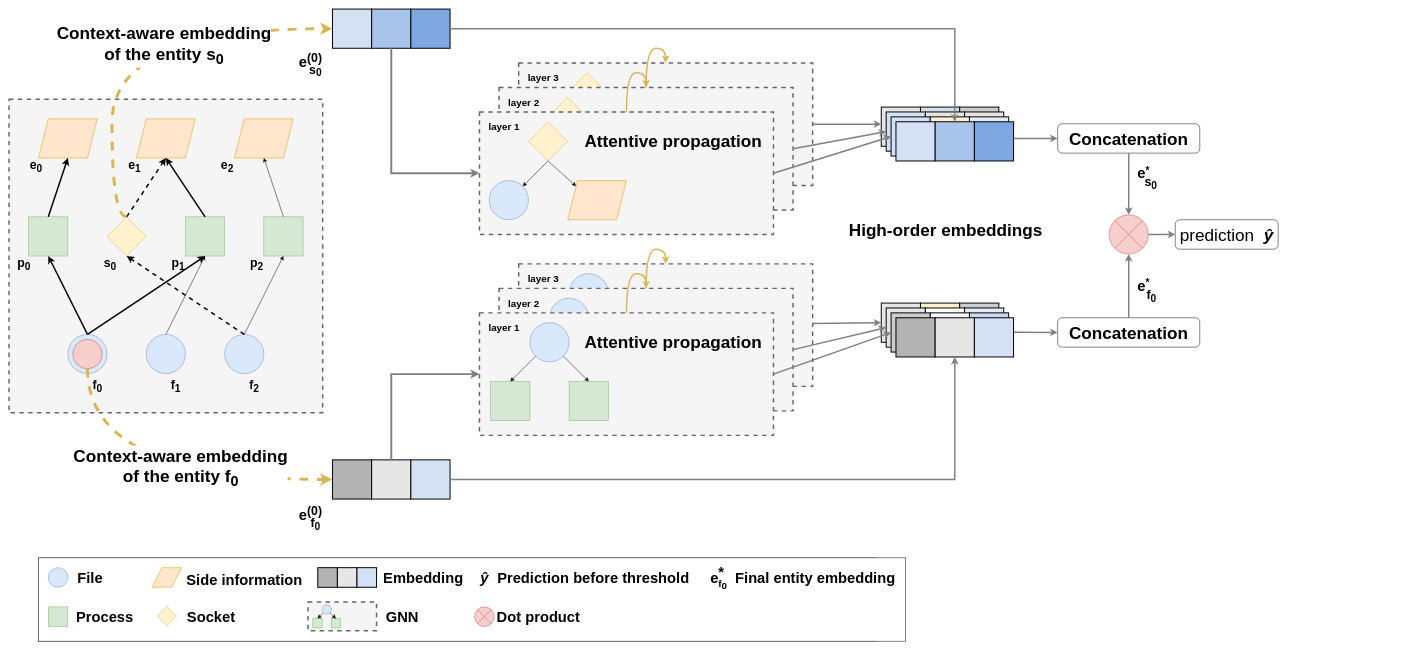
The draw.io diagram page "arch-horizontal" (1 of 6) of figures/shadewatcher-illustrations.drawio in jctemp/paper-gnn-shadewatcher, before the edit. Source tidied: cells renumbered, new cells numbered last; positions are measured from the earlier drawing's top-left corner, leaving out a move shared by most shapes. Both pictures are drawn from the tidied source at 49%, with x=0, y=0 at pixel (9, 9).
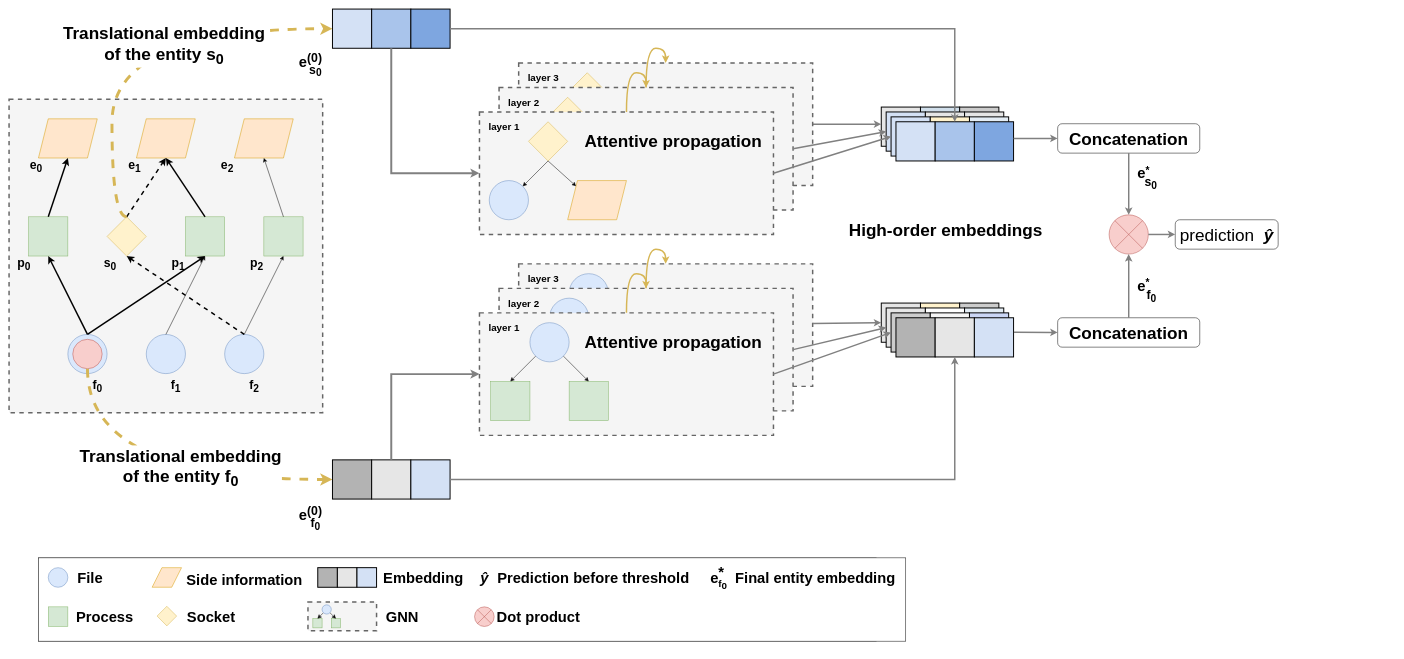
The same page after the edit.

The change refers to these unchanged cells:
```xml
<mxCell id="72" style="edgeStyle=orthogonalEdgeStyle;rounded=0;jettySize=auto;html=1;exitX=0.5;exitY=1;exitDx=0;exitDy=0;entryX=0;entryY=0.5;entryDx=0;entryDy=0;curved=1;strokeWidth=6;fillColor=#fff2cc;strokeColor=#d6b656;dashed=1;" parent="2" edge="1" source="63" target="136">
  <mxGeometry relative="1" as="geometry" />
</mxCell>
<mxCell id="82" style="edgeStyle=orthogonalEdgeStyle;rounded=0;jettySize=auto;html=1;exitX=0.5;exitY=0;exitDx=0;exitDy=0;entryX=0;entryY=0.5;entryDx=0;entryDy=0;curved=1;fillColor=#fff2cc;strokeColor=#d6b656;strokeWidth=6;dashed=1;" parent="2" edge="1" source="44" target="132">
  <mxGeometry relative="1" as="geometry">
    <Array as="points">
      <mxPoint x="210" y="424" />
      <mxPoint x="210" y="40" />
    </Array>
  </mxGeometry>
</mxCell>
```

Change to the diagram source:
```diff
@@
-    <mxCell id="73" value="&lt;b style=&quot;border-color: var(--border-color);&quot;&gt;&lt;font style=&quot;border-color: var(--border-color); font-size: 25px;&quot;&gt;&lt;b style=&quot;border-color: var(--border-color); font-size: 35px;&quot;&gt;&lt;font style=&quot;border-color: var(--border-color);&quot;&gt;Context-aware embedding&lt;br style=&quot;border-color: var(--border-color);&quot;&gt;of&amp;nbsp;the entity f&lt;sub style=&quot;border-color: var(--border-color);&quot;&gt;0&lt;/sub&gt;&lt;/font&gt;&lt;/b&gt;&lt;br&gt;&lt;/font&gt;&lt;/b&gt;" style="edgeLabel;html=1;align=center;verticalAlign=middle;" parent="72" vertex="1">
+    <mxCell id="73" value="&lt;b style=&quot;border-color: var(--border-color);&quot;&gt;&lt;font style=&quot;border-color: var(--border-color); font-size: 25px;&quot;&gt;&lt;b style=&quot;border-color: var(--border-color); font-size: 35px;&quot;&gt;&lt;font style=&quot;border-color: var(--border-color);&quot;&gt;Translational embedding&lt;br style=&quot;border-color: var(--border-color);&quot;&gt;of&amp;nbsp;the entity f&lt;sub style=&quot;border-color: var(--border-color);&quot;&gt;0&lt;/sub&gt;&lt;/font&gt;&lt;/b&gt;&lt;br&gt;&lt;/font&gt;&lt;/b&gt;" style="edgeLabel;html=1;align=center;verticalAlign=middle;" parent="72" vertex="1">
       <mxGeometry x="0.21" y="28" relative="1" as="geometry">
         <mxPoint x="-24" y="3" as="offset" />
       </mxGeometry>
     </mxCell>
@@
-    <mxCell id="83" value="&lt;b style=&quot;border-color: var(--border-color); font-size: 35px;&quot;&gt;&lt;font style=&quot;border-color: var(--border-color); font-size: 35px;&quot;&gt;Context-aware embedding&lt;br&gt;of&amp;nbsp;the entity s&lt;sub&gt;0&lt;/sub&gt;&lt;br&gt;&lt;/font&gt;&lt;/b&gt;" style="edgeLabel;html=1;align=center;verticalAlign=middle;" parent="82" vertex="1">
+    <mxCell id="83" value="&lt;b style=&quot;border-color: var(--border-color); font-size: 35px;&quot;&gt;&lt;font style=&quot;border-color: var(--border-color); font-size: 35px;&quot;&gt;&lt;b style=&quot;border-color: var(--border-color); background-color: rgb(251, 251, 251); font-size: 11px;&quot;&gt;&lt;font style=&quot;border-color: var(--border-color); font-size: 25px;&quot;&gt;&lt;b style=&quot;border-color: var(--border-color); font-size: 35px;&quot;&gt;Translational embedding&lt;/b&gt;&lt;/font&gt;&lt;/b&gt;&lt;br&gt;of&amp;nbsp;the entity s&lt;sub&gt;0&lt;/sub&gt;&lt;br&gt;&lt;/font&gt;&lt;/b&gt;" style="edgeLabel;html=1;align=center;verticalAlign=middle;" parent="82" vertex="1">
       <mxGeometry x="0.46" y="-20" relative="1" as="geometry">
         <mxPoint x="-112" y="13" as="offset" />
       </mxGeometry>
     </mxCell>
```
